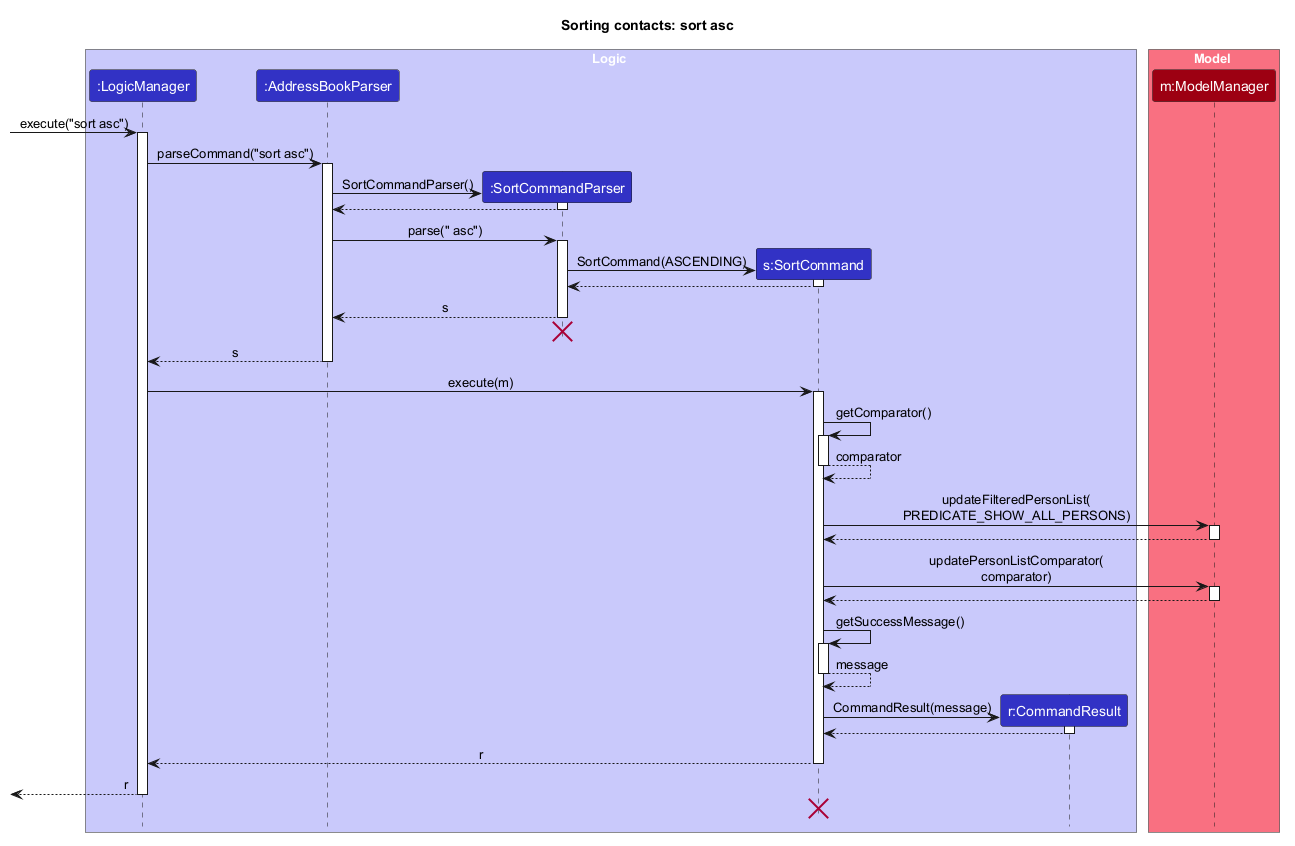
This is docs/images/SortSequenceDiagram.png from AY2627S1-CS2103T-W08-3/tp, a PlantUML export, as it was before one commit.
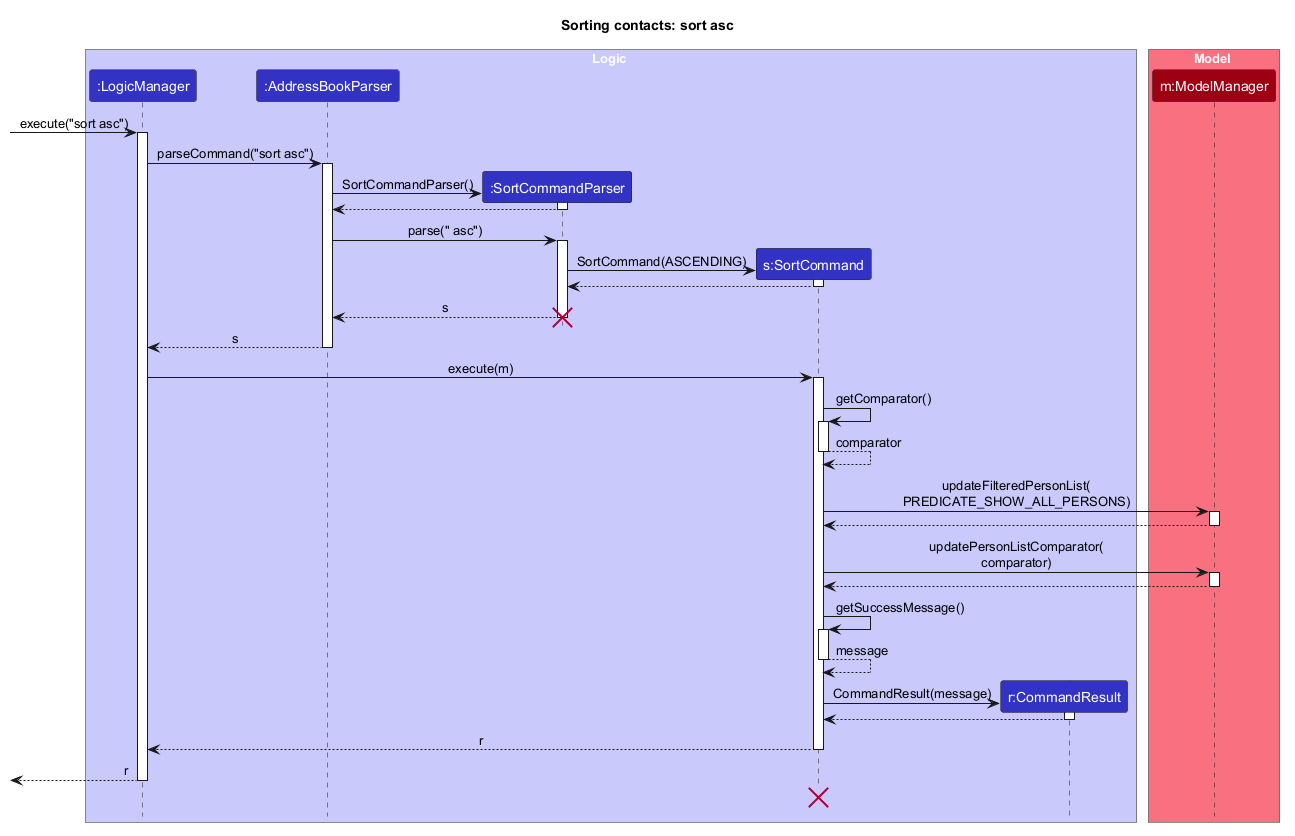
The same file after the commit.

Commit message:
Reduce spacing around sort destruction markers

Diff of the diagram source:
```diff
@@ -42,7 +42,6 @@
 
 SortCommandParser --> AddressBookParser : s
 deactivate SortCommandParser
-SortCommandParser -[hidden]-> AddressBookParser
 destroy SortCommandParser
 
 AddressBookParser --> LogicManager : s
@@ -81,8 +80,8 @@
 deactivate SortCommand
 
 [<-- LogicManager : r
+!pragma teoz false
+destroy SortCommand
 deactivate LogicManager
-LogicManager -[hidden]-> SortCommand
-destroy SortCommand
 
 @enduml
```
